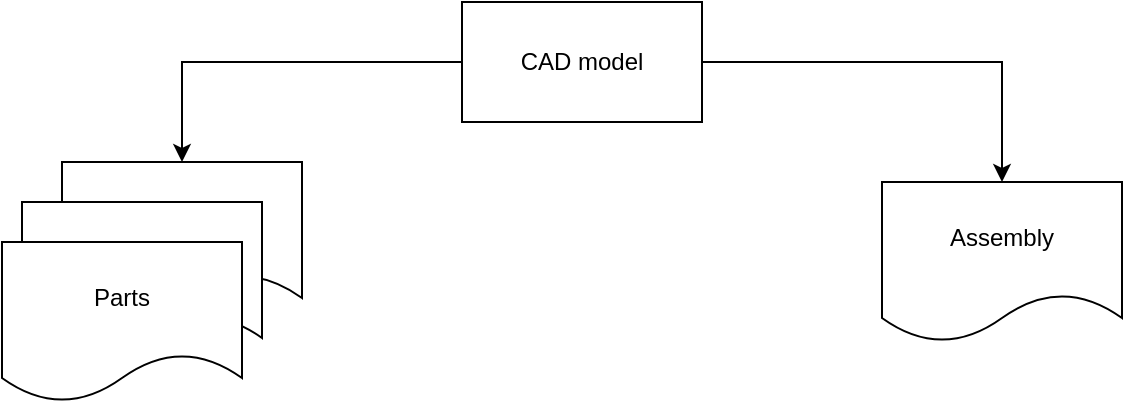
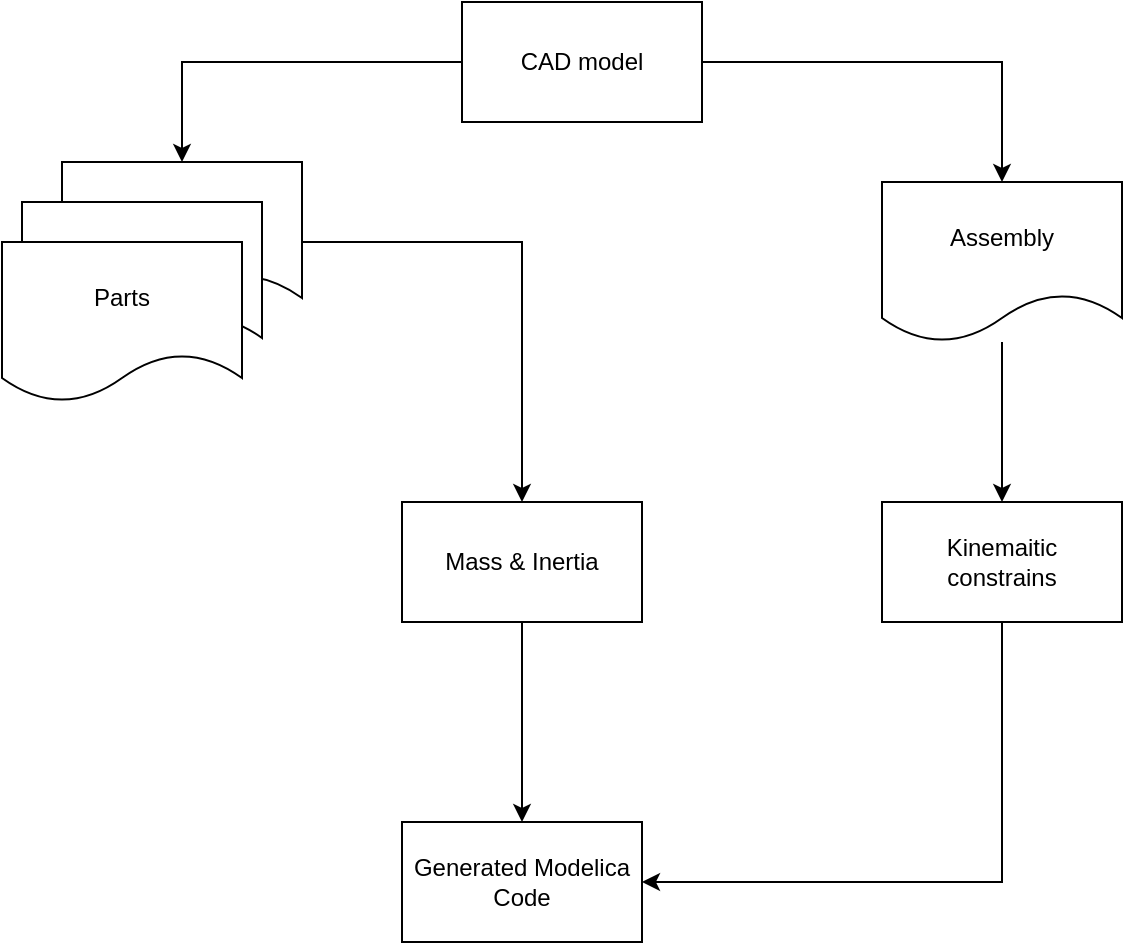
<mxfile host="Electron" agent="Mozilla/5.0 (Windows NT 10.0; Win64; x64) AppleWebKit/537.36 (KHTML, like Gecko) draw.io/28.2.5 Chrome/138.0.7204.251 Electron/37.6.1 Safari/537.36" version="28.2.5" pages="8">
  <diagram id="-gtidv6peBjGkUcole1Z" name="translating-cad-models-to-modelica">
    <mxGraphModel dx="1111" dy="537" grid="1" gridSize="10" guides="1" tooltips="1" connect="1" arrows="1" fold="1" page="1" pageScale="1" pageWidth="827" pageHeight="1169" math="0" shadow="0">
      <root>
        <mxCell id="0" />
        <mxCell id="1" parent="0" />
-         <mxCell id="2HMAeuzg9UUW2GGc_mRn-6" style="edgeStyle=orthogonalEdgeStyle;rounded=0;orthogonalLoop=1;jettySize=auto;html=1;entryX=0.5;entryY=0;entryDx=0;entryDy=0;" edge="1" parent="1" source="2HMAeuzg9UUW2GGc_mRn-1" target="2HMAeuzg9UUW2GGc_mRn-4">
-           <mxGeometry relative="1" as="geometry" />
-         </mxCell>
-         <mxCell id="2HMAeuzg9UUW2GGc_mRn-7" style="edgeStyle=orthogonalEdgeStyle;rounded=0;orthogonalLoop=1;jettySize=auto;html=1;exitX=1;exitY=0.5;exitDx=0;exitDy=0;entryX=0.5;entryY=0;entryDx=0;entryDy=0;" edge="1" parent="1" source="2HMAeuzg9UUW2GGc_mRn-1" target="2HMAeuzg9UUW2GGc_mRn-5">
-           <mxGeometry relative="1" as="geometry" />
-         </mxCell>
-         <mxCell id="2HMAeuzg9UUW2GGc_mRn-1" value="CAD model" style="rounded=0;whiteSpace=wrap;html=1;" vertex="1" parent="1">
+         <mxCell id="2HMAeuzg9UUW2GGc_mRn-6" style="edgeStyle=orthogonalEdgeStyle;rounded=0;orthogonalLoop=1;jettySize=auto;html=1;entryX=0.5;entryY=0;entryDx=0;entryDy=0;" parent="1" source="2HMAeuzg9UUW2GGc_mRn-1" target="2HMAeuzg9UUW2GGc_mRn-4" edge="1">
+           <mxGeometry relative="1" as="geometry" />
+         </mxCell>
+         <mxCell id="2HMAeuzg9UUW2GGc_mRn-7" style="edgeStyle=orthogonalEdgeStyle;rounded=0;orthogonalLoop=1;jettySize=auto;html=1;exitX=1;exitY=0.5;exitDx=0;exitDy=0;entryX=0.5;entryY=0;entryDx=0;entryDy=0;" parent="1" source="2HMAeuzg9UUW2GGc_mRn-1" target="2HMAeuzg9UUW2GGc_mRn-5" edge="1">
+           <mxGeometry relative="1" as="geometry" />
+         </mxCell>
+         <mxCell id="2HMAeuzg9UUW2GGc_mRn-1" value="CAD model" style="rounded=0;whiteSpace=wrap;html=1;" parent="1" vertex="1">
          <mxGeometry x="350" y="350" width="120" height="60" as="geometry" />
        </mxCell>
-         <mxCell id="2HMAeuzg9UUW2GGc_mRn-4" value="" style="shape=document;whiteSpace=wrap;html=1;boundedLbl=1;" vertex="1" parent="1">
+         <mxCell id="3tXMCSjIpQhIl5xJWdC1-4" style="edgeStyle=orthogonalEdgeStyle;rounded=0;orthogonalLoop=1;jettySize=auto;html=1;entryX=0.5;entryY=0;entryDx=0;entryDy=0;" edge="1" parent="1" source="2HMAeuzg9UUW2GGc_mRn-4" target="3tXMCSjIpQhIl5xJWdC1-3">
+           <mxGeometry relative="1" as="geometry" />
+         </mxCell>
+         <mxCell id="2HMAeuzg9UUW2GGc_mRn-4" value="" style="shape=document;whiteSpace=wrap;html=1;boundedLbl=1;" parent="1" vertex="1">
          <mxGeometry x="150" y="430" width="120" height="80" as="geometry" />
        </mxCell>
-         <mxCell id="2HMAeuzg9UUW2GGc_mRn-3" value="" style="shape=document;whiteSpace=wrap;html=1;boundedLbl=1;" vertex="1" parent="1">
+         <mxCell id="2HMAeuzg9UUW2GGc_mRn-3" value="" style="shape=document;whiteSpace=wrap;html=1;boundedLbl=1;" parent="1" vertex="1">
          <mxGeometry x="130" y="450" width="120" height="80" as="geometry" />
        </mxCell>
-         <mxCell id="2HMAeuzg9UUW2GGc_mRn-2" value="Parts" style="shape=document;whiteSpace=wrap;html=1;boundedLbl=1;" vertex="1" parent="1">
+         <mxCell id="2HMAeuzg9UUW2GGc_mRn-2" value="Parts" style="shape=document;whiteSpace=wrap;html=1;boundedLbl=1;" parent="1" vertex="1">
          <mxGeometry x="120" y="470" width="120" height="80" as="geometry" />
        </mxCell>
-         <mxCell id="2HMAeuzg9UUW2GGc_mRn-5" value="Assembly" style="shape=document;whiteSpace=wrap;html=1;boundedLbl=1;" vertex="1" parent="1">
+         <mxCell id="3tXMCSjIpQhIl5xJWdC1-2" style="edgeStyle=orthogonalEdgeStyle;rounded=0;orthogonalLoop=1;jettySize=auto;html=1;entryX=0.5;entryY=0;entryDx=0;entryDy=0;" edge="1" parent="1" source="2HMAeuzg9UUW2GGc_mRn-5" target="3tXMCSjIpQhIl5xJWdC1-1">
+           <mxGeometry relative="1" as="geometry" />
+         </mxCell>
+         <mxCell id="2HMAeuzg9UUW2GGc_mRn-5" value="Assembly" style="shape=document;whiteSpace=wrap;html=1;boundedLbl=1;" parent="1" vertex="1">
          <mxGeometry x="560" y="440" width="120" height="80" as="geometry" />
+         </mxCell>
+         <mxCell id="3tXMCSjIpQhIl5xJWdC1-7" style="edgeStyle=orthogonalEdgeStyle;rounded=0;orthogonalLoop=1;jettySize=auto;html=1;exitX=0.5;exitY=1;exitDx=0;exitDy=0;entryX=1;entryY=0.5;entryDx=0;entryDy=0;" edge="1" parent="1" source="3tXMCSjIpQhIl5xJWdC1-1" target="3tXMCSjIpQhIl5xJWdC1-5">
+           <mxGeometry relative="1" as="geometry" />
+         </mxCell>
+         <mxCell id="3tXMCSjIpQhIl5xJWdC1-1" value="Kinemaitic &lt;br&gt;constrains" style="rounded=0;whiteSpace=wrap;html=1;" vertex="1" parent="1">
+           <mxGeometry x="560" y="600" width="120" height="60" as="geometry" />
+         </mxCell>
+         <mxCell id="3tXMCSjIpQhIl5xJWdC1-6" style="edgeStyle=orthogonalEdgeStyle;rounded=0;orthogonalLoop=1;jettySize=auto;html=1;exitX=0.5;exitY=1;exitDx=0;exitDy=0;entryX=0.5;entryY=0;entryDx=0;entryDy=0;" edge="1" parent="1" source="3tXMCSjIpQhIl5xJWdC1-3" target="3tXMCSjIpQhIl5xJWdC1-5">
+           <mxGeometry relative="1" as="geometry" />
+         </mxCell>
+         <mxCell id="3tXMCSjIpQhIl5xJWdC1-3" value="Mass &amp;amp; Inertia" style="rounded=0;whiteSpace=wrap;html=1;" vertex="1" parent="1">
+           <mxGeometry x="320" y="600" width="120" height="60" as="geometry" />
+         </mxCell>
+         <mxCell id="3tXMCSjIpQhIl5xJWdC1-5" value="Generated Modelica Code" style="rounded=0;whiteSpace=wrap;html=1;" vertex="1" parent="1">
+           <mxGeometry x="320" y="760" width="120" height="60" as="geometry" />
        </mxCell>
      </root>
    </mxGraphModel>
  </diagram>
  <diagram name="simulation-framework" id="gRNiBvdh-FMU1DAho22N">
    <mxGraphModel dx="1111" dy="537" grid="1" gridSize="10" guides="1" tooltips="1" connect="1" arrows="1" fold="1" page="1" pageScale="1" pageWidth="827" pageHeight="1169" math="0" shadow="0">
      <root>
        <mxCell id="0" />
        <mxCell id="1" parent="0" />
        <mxCell id="gvXJfTXr9kfuwsHZNmos-1" value="Simulation Framework" style="shape=umlFrame;whiteSpace=wrap;html=1;pointerEvents=0;recursiveResize=0;container=1;collapsible=0;width=160;" parent="1" vertex="1">
          <mxGeometry x="40" y="40" width="730" height="330" as="geometry" />
        </mxCell>
        <mxCell id="gvXJfTXr9kfuwsHZNmos-2" value="jmodelica" style="shape=folder;fontStyle=1;tabWidth=110;tabHeight=30;tabPosition=left;html=1;boundedLbl=1;labelInHeader=1;container=1;collapsible=0;recursiveResize=0;whiteSpace=wrap;" parent="gvXJfTXr9kfuwsHZNmos-1" vertex="1">
          <mxGeometry x="40" y="80" width="410" height="190" as="geometry" />
        </mxCell>
        <mxCell id="gvXJfTXr9kfuwsHZNmos-3" value="util" style="html=1;whiteSpace=wrap;" parent="gvXJfTXr9kfuwsHZNmos-2" vertex="1">
          <mxGeometry width="110" height="30" relative="1" as="geometry">
            <mxPoint x="20" y="50" as="offset" />
          </mxGeometry>
        </mxCell>
      </root>
    </mxGraphModel>
  </diagram>
  <diagram id="BHZEab_UYdIf4P-r6eU5" name="graphic-engine">
    <mxGraphModel dx="1111" dy="537" grid="1" gridSize="10" guides="1" tooltips="1" connect="1" arrows="1" fold="1" page="1" pageScale="1" pageWidth="827" pageHeight="1169" math="0" shadow="0">
      <root>
        <mxCell id="0" />
        <mxCell id="1" parent="0" />
        <mxCell id="fHZKB0qRdKiBrQGjwWtL-1" value="Engine Framework" style="shape=umlFrame;whiteSpace=wrap;html=1;pointerEvents=0;recursiveResize=0;container=1;collapsible=0;width=160;" parent="1" vertex="1">
          <mxGeometry x="70" y="40" width="670" height="410" as="geometry" />
        </mxCell>
        <mxCell id="fHZKB0qRdKiBrQGjwWtL-2" value="Base" style="shape=folder;fontStyle=1;tabWidth=110;tabHeight=30;tabPosition=left;html=1;boundedLbl=1;labelInHeader=1;container=1;collapsible=0;recursiveResize=0;whiteSpace=wrap;" parent="fHZKB0qRdKiBrQGjwWtL-1" vertex="1">
          <mxGeometry x="40" y="70" width="320" height="270" as="geometry" />
        </mxCell>
        <mxCell id="fHZKB0qRdKiBrQGjwWtL-3" value="Module" style="html=1;whiteSpace=wrap;" parent="fHZKB0qRdKiBrQGjwWtL-2" vertex="1">
          <mxGeometry width="110" height="30" relative="1" as="geometry">
            <mxPoint x="20" y="50" as="offset" />
          </mxGeometry>
        </mxCell>
        <mxCell id="fHZKB0qRdKiBrQGjwWtL-4" value="Encoding" style="html=1;whiteSpace=wrap;" parent="fHZKB0qRdKiBrQGjwWtL-2" vertex="1">
          <mxGeometry x="20" y="100" width="110" height="30" as="geometry" />
        </mxCell>
        <mxCell id="fHZKB0qRdKiBrQGjwWtL-5" value="Types" style="html=1;whiteSpace=wrap;" parent="fHZKB0qRdKiBrQGjwWtL-2" vertex="1">
          <mxGeometry x="20" y="150" width="110" height="30" as="geometry" />
        </mxCell>
      </root>
    </mxGraphModel>
  </diagram>
  <diagram id="WWwpEZWXn-hWRmOq3LfP" name="system-architecture">
    <mxGraphModel dx="1111" dy="537" grid="1" gridSize="10" guides="1" tooltips="1" connect="1" arrows="1" fold="1" page="1" pageScale="1" pageWidth="827" pageHeight="1169" math="0" shadow="0">
      <root>
        <mxCell id="0" />
        <mxCell id="1" parent="0" />
        <mxCell id="IvddOlwA9VGhqfVrC3Zz-1" value="Manual Mode Operation" style="shape=umlFrame;whiteSpace=wrap;html=1;pointerEvents=0;recursiveResize=0;container=1;collapsible=0;width=160;" vertex="1" parent="1">
          <mxGeometry x="20" y="70" width="740" height="810" as="geometry" />
        </mxCell>
        <mxCell id="IvddOlwA9VGhqfVrC3Zz-2" value="Modelica" style="verticalAlign=top;align=left;spacingTop=8;spacingLeft=2;spacingRight=12;shape=cube;size=10;direction=south;fontStyle=4;html=1;whiteSpace=wrap;" vertex="1" parent="IvddOlwA9VGhqfVrC3Zz-1">
          <mxGeometry x="440" y="120" width="240" height="210" as="geometry" />
        </mxCell>
        <mxCell id="IvddOlwA9VGhqfVrC3Zz-3" value="VR Engine" style="verticalAlign=top;align=left;spacingTop=8;spacingLeft=2;spacingRight=12;shape=cube;size=10;direction=south;fontStyle=4;html=1;whiteSpace=wrap;" vertex="1" parent="IvddOlwA9VGhqfVrC3Zz-1">
          <mxGeometry x="120" y="120" width="240" height="210" as="geometry" />
        </mxCell>
        <mxCell id="IvddOlwA9VGhqfVrC3Zz-4" value="CodeSys PLC" style="verticalAlign=top;align=left;spacingTop=8;spacingLeft=2;spacingRight=12;shape=cube;size=10;direction=south;fontStyle=4;html=1;whiteSpace=wrap;" vertex="1" parent="IvddOlwA9VGhqfVrC3Zz-1">
          <mxGeometry x="440" y="410" width="240" height="220" as="geometry" />
        </mxCell>
        <mxCell id="IvddOlwA9VGhqfVrC3Zz-5" value="&lt;p style=&quot;margin:0px;margin-top:6px;text-align:center;&quot;&gt;&lt;b&gt;PWR Reactor&lt;/b&gt;&lt;/p&gt;&lt;hr size=&quot;1&quot; style=&quot;border-style:solid;&quot;&gt;&lt;p style=&quot;margin:0px;margin-left:8px;&quot;&gt;+ Tank Level: number&lt;br&gt;+ Temperature Level: number&lt;/p&gt;&lt;p style=&quot;margin:0px;margin-left:8px;&quot;&gt;+ Valve Position: boolean&lt;br&gt;+ Power: number&lt;br&gt;+ Mode: string&lt;/p&gt;" style="align=left;overflow=fill;html=1;dropTarget=0;whiteSpace=wrap;" vertex="1" parent="IvddOlwA9VGhqfVrC3Zz-1">
          <mxGeometry x="145" y="169" width="180" height="120" as="geometry" />
        </mxCell>
        <mxCell id="IvddOlwA9VGhqfVrC3Zz-6" value="" style="shape=component;jettyWidth=8;jettyHeight=4;" vertex="1" parent="IvddOlwA9VGhqfVrC3Zz-5">
          <mxGeometry x="1" width="20" height="20" relative="1" as="geometry">
            <mxPoint x="-24" y="4" as="offset" />
          </mxGeometry>
        </mxCell>
        <mxCell id="IvddOlwA9VGhqfVrC3Zz-7" value="Actor" style="shape=umlActor;verticalLabelPosition=bottom;verticalAlign=top;html=1;" vertex="1" parent="IvddOlwA9VGhqfVrC3Zz-1">
          <mxGeometry x="20" y="199" width="30" height="60" as="geometry" />
        </mxCell>
        <mxCell id="IvddOlwA9VGhqfVrC3Zz-9" value="" style="endArrow=block;startArrow=block;endFill=1;startFill=1;html=1;rounded=0;entryX=0;entryY=0.5;entryDx=0;entryDy=0;" edge="1" parent="IvddOlwA9VGhqfVrC3Zz-1" source="IvddOlwA9VGhqfVrC3Zz-7" target="IvddOlwA9VGhqfVrC3Zz-5">
          <mxGeometry width="160" relative="1" as="geometry">
            <mxPoint x="70" y="224.5" as="sourcePoint" />
            <mxPoint x="230" y="224.5" as="targetPoint" />
          </mxGeometry>
        </mxCell>
        <mxCell id="IvddOlwA9VGhqfVrC3Zz-10" value="&lt;p style=&quot;margin:0px;margin-top:6px;text-align:center;&quot;&gt;&lt;b&gt;PWR Reactor&lt;/b&gt;&lt;/p&gt;&lt;hr size=&quot;1&quot; style=&quot;border-style:solid;&quot;&gt;&lt;p style=&quot;margin:0px;margin-left:8px;&quot;&gt;+ Tank Level: number&lt;br&gt;+ Temperature Level: number&lt;/p&gt;&lt;p style=&quot;margin:0px;margin-left:8px;&quot;&gt;+ Valve Position: boolean&lt;br&gt;+ Power: number&lt;br&gt;+ Mode: string&lt;/p&gt;" style="align=left;overflow=fill;html=1;dropTarget=0;whiteSpace=wrap;" vertex="1" parent="IvddOlwA9VGhqfVrC3Zz-1">
          <mxGeometry x="465" y="169" width="180" height="120" as="geometry" />
        </mxCell>
        <mxCell id="IvddOlwA9VGhqfVrC3Zz-11" value="" style="shape=component;jettyWidth=8;jettyHeight=4;" vertex="1" parent="IvddOlwA9VGhqfVrC3Zz-10">
          <mxGeometry x="1" width="20" height="20" relative="1" as="geometry">
            <mxPoint x="-24" y="4" as="offset" />
          </mxGeometry>
        </mxCell>
        <mxCell id="IvddOlwA9VGhqfVrC3Zz-12" value="" style="endArrow=block;startArrow=block;endFill=1;startFill=1;html=1;rounded=0;entryX=0;entryY=0.5;entryDx=0;entryDy=0;exitX=1;exitY=0.5;exitDx=0;exitDy=0;" edge="1" parent="IvddOlwA9VGhqfVrC3Zz-1" source="IvddOlwA9VGhqfVrC3Zz-5" target="IvddOlwA9VGhqfVrC3Zz-10">
          <mxGeometry width="160" relative="1" as="geometry">
            <mxPoint x="260" y="250" as="sourcePoint" />
            <mxPoint x="420" y="250" as="targetPoint" />
          </mxGeometry>
        </mxCell>
        <mxCell id="IvddOlwA9VGhqfVrC3Zz-13" value="UDP" style="text;html=1;align=center;verticalAlign=middle;whiteSpace=wrap;rounded=0;" vertex="1" parent="IvddOlwA9VGhqfVrC3Zz-1">
          <mxGeometry x="370" y="190" width="60" height="30" as="geometry" />
        </mxCell>
        <mxCell id="IvddOlwA9VGhqfVrC3Zz-14" value="Visual" style="text;html=1;align=center;verticalAlign=middle;whiteSpace=wrap;rounded=0;" vertex="1" parent="IvddOlwA9VGhqfVrC3Zz-1">
          <mxGeometry x="60" y="190" width="60" height="30" as="geometry" />
        </mxCell>
        <mxCell id="IvddOlwA9VGhqfVrC3Zz-15" value="&lt;p style=&quot;margin:0px;margin-top:6px;text-align:center;&quot;&gt;&lt;b&gt;PWR Reactor&lt;/b&gt;&lt;/p&gt;&lt;hr size=&quot;1&quot; style=&quot;border-style:solid;&quot;&gt;&lt;p style=&quot;margin:0px;margin-left:8px;&quot;&gt;+ Tank Level: number&lt;br&gt;+ Temperature Level: number&lt;/p&gt;&lt;p style=&quot;margin:0px;margin-left:8px;&quot;&gt;+ Level Controller: boolean&lt;br&gt;+ Power Controller: number&lt;br&gt;+ Mode Selector: string&lt;/p&gt;" style="align=left;overflow=fill;html=1;dropTarget=0;whiteSpace=wrap;" vertex="1" parent="IvddOlwA9VGhqfVrC3Zz-1">
          <mxGeometry x="465" y="470" width="180" height="120" as="geometry" />
        </mxCell>
        <mxCell id="IvddOlwA9VGhqfVrC3Zz-16" value="" style="shape=component;jettyWidth=8;jettyHeight=4;" vertex="1" parent="IvddOlwA9VGhqfVrC3Zz-15">
          <mxGeometry x="1" width="20" height="20" relative="1" as="geometry">
            <mxPoint x="-24" y="4" as="offset" />
          </mxGeometry>
        </mxCell>
        <mxCell id="IvddOlwA9VGhqfVrC3Zz-17" value="" style="endArrow=block;startArrow=block;endFill=1;startFill=1;html=1;rounded=0;entryX=0.5;entryY=1;entryDx=0;entryDy=0;" edge="1" parent="IvddOlwA9VGhqfVrC3Zz-1" source="IvddOlwA9VGhqfVrC3Zz-15" target="IvddOlwA9VGhqfVrC3Zz-10">
          <mxGeometry width="160" relative="1" as="geometry">
            <mxPoint x="280" y="370" as="sourcePoint" />
            <mxPoint x="440" y="370" as="targetPoint" />
          </mxGeometry>
        </mxCell>
        <mxCell id="IvddOlwA9VGhqfVrC3Zz-18" value="OPC-UA" style="text;html=1;align=center;verticalAlign=middle;whiteSpace=wrap;rounded=0;" vertex="1" parent="IvddOlwA9VGhqfVrC3Zz-1">
          <mxGeometry x="570" y="360" width="60" height="30" as="geometry" />
        </mxCell>
        <mxCell id="IvddOlwA9VGhqfVrC3Zz-19" value="Actor" style="shape=umlActor;verticalLabelPosition=bottom;verticalAlign=top;html=1;" vertex="1" parent="IvddOlwA9VGhqfVrC3Zz-1">
          <mxGeometry x="540" y="690" width="30" height="60" as="geometry" />
        </mxCell>
        <mxCell id="IvddOlwA9VGhqfVrC3Zz-20" value="" style="endArrow=block;startArrow=block;endFill=1;startFill=1;html=1;rounded=0;entryX=0.5;entryY=1;entryDx=0;entryDy=0;exitX=0.5;exitY=0;exitDx=0;exitDy=0;exitPerimeter=0;" edge="1" parent="IvddOlwA9VGhqfVrC3Zz-1" source="IvddOlwA9VGhqfVrC3Zz-19" target="IvddOlwA9VGhqfVrC3Zz-15">
          <mxGeometry width="160" relative="1" as="geometry">
            <mxPoint x="280" y="670" as="sourcePoint" />
            <mxPoint x="440" y="670" as="targetPoint" />
          </mxGeometry>
        </mxCell>
        <mxCell id="IvddOlwA9VGhqfVrC3Zz-21" value="HMI" style="text;html=1;align=center;verticalAlign=middle;whiteSpace=wrap;rounded=0;" vertex="1" parent="IvddOlwA9VGhqfVrC3Zz-1">
          <mxGeometry x="570" y="640" width="60" height="30" as="geometry" />
        </mxCell>
      </root>
    </mxGraphModel>
  </diagram>
  <diagram id="OsrM-xZueA0542JXVzd9" name="multi-criteria-framework">
    <mxGraphModel dx="1111" dy="537" grid="1" gridSize="10" guides="1" tooltips="1" connect="1" arrows="1" fold="1" page="1" pageScale="1" pageWidth="827" pageHeight="1169" math="0" shadow="0">
      <root>
        <mxCell id="0" />
        <mxCell id="1" parent="0" />
        <mxCell id="HTyKNl2JIXe2X1ruhupO-1" value="LLMs-based MCDM Framework" style="shape=umlFrame;whiteSpace=wrap;html=1;pointerEvents=0;recursiveResize=0;container=1;collapsible=0;width=160;" parent="1" vertex="1">
          <mxGeometry x="41" y="50" width="1279" height="830" as="geometry" />
        </mxCell>
        <mxCell id="HTyKNl2JIXe2X1ruhupO-11" style="edgeStyle=orthogonalEdgeStyle;rounded=0;orthogonalLoop=1;jettySize=auto;html=1;entryX=0.003;entryY=0.332;entryDx=0;entryDy=0;entryPerimeter=0;" parent="HTyKNl2JIXe2X1ruhupO-1" source="HTyKNl2JIXe2X1ruhupO-4" target="HTyKNl2JIXe2X1ruhupO-8" edge="1">
          <mxGeometry relative="1" as="geometry" />
        </mxCell>
        <mxCell id="HTyKNl2JIXe2X1ruhupO-4" value="" style="rounded=1;whiteSpace=wrap;html=1;" parent="HTyKNl2JIXe2X1ruhupO-1" vertex="1">
          <mxGeometry x="40" y="80" width="320" height="350" as="geometry" />
        </mxCell>
        <mxCell id="HTyKNl2JIXe2X1ruhupO-5" value="&lt;h1 style=&quot;margin-top: 0px;&quot;&gt;&lt;font style=&quot;font-size: 14px;&quot;&gt;Prompt Design&lt;/font&gt;&lt;/h1&gt;&lt;p&gt;.&lt;/p&gt;" style="text;html=1;whiteSpace=wrap;overflow=hidden;rounded=0;align=center;" parent="HTyKNl2JIXe2X1ruhupO-1" vertex="1">
          <mxGeometry x="40" y="80" width="320" height="50" as="geometry" />
        </mxCell>
        <mxCell id="HTyKNl2JIXe2X1ruhupO-6" value="You are an evaluation expert possesing the ability to provide honest and scientific assesments" style="rounded=0;whiteSpace=wrap;html=1;" parent="HTyKNl2JIXe2X1ruhupO-1" vertex="1">
          <mxGeometry x="60" y="170" width="280" height="60" as="geometry" />
        </mxCell>
        <mxCell id="HTyKNl2JIXe2X1ruhupO-7" value="Role Definition" style="text;html=1;align=left;verticalAlign=middle;whiteSpace=wrap;rounded=0;" parent="HTyKNl2JIXe2X1ruhupO-1" vertex="1">
          <mxGeometry x="60" y="140" width="260" height="30" as="geometry" />
        </mxCell>
        <mxCell id="HTyKNl2JIXe2X1ruhupO-8" value="" style="rounded=1;whiteSpace=wrap;html=1;" parent="HTyKNl2JIXe2X1ruhupO-1" vertex="1">
          <mxGeometry x="479" y="365" width="361" height="235" as="geometry" />
        </mxCell>
        <mxCell id="HTyKNl2JIXe2X1ruhupO-9" value="" style="rounded=1;whiteSpace=wrap;html=1;" parent="HTyKNl2JIXe2X1ruhupO-1" vertex="1">
          <mxGeometry x="919" y="80" width="331" height="180" as="geometry" />
        </mxCell>
        <mxCell id="HTyKNl2JIXe2X1ruhupO-10" value="&lt;h1 style=&quot;margin-top: 0px;&quot;&gt;&lt;span style=&quot;font-size: 14px;&quot;&gt;MCDM Problem&lt;/span&gt;&lt;/h1&gt;" style="text;html=1;whiteSpace=wrap;overflow=hidden;rounded=0;align=center;" parent="HTyKNl2JIXe2X1ruhupO-1" vertex="1">
          <mxGeometry x="480" y="365" width="360" height="50" as="geometry" />
        </mxCell>
        <mxCell id="HTyKNl2JIXe2X1ruhupO-12" value="API" style="text;html=1;align=center;verticalAlign=middle;whiteSpace=wrap;rounded=0;" parent="HTyKNl2JIXe2X1ruhupO-1" vertex="1">
          <mxGeometry x="360" y="410" width="60" height="30" as="geometry" />
        </mxCell>
        <mxCell id="HTyKNl2JIXe2X1ruhupO-13" value="Models" style="text;html=1;align=center;verticalAlign=middle;whiteSpace=wrap;rounded=0;" parent="HTyKNl2JIXe2X1ruhupO-1" vertex="1">
          <mxGeometry x="420" y="410" width="60" height="30" as="geometry" />
        </mxCell>
        <mxCell id="HTyKNl2JIXe2X1ruhupO-15" value="You are required to asses the quality level of an evaluation object based on multiple dimensions and the criteria within each dimension. The quality level of the evaluation object should be determined on a scale of good, average or poor across these dimensions and criteria" style="rounded=0;whiteSpace=wrap;html=1;" parent="HTyKNl2JIXe2X1ruhupO-1" vertex="1">
          <mxGeometry x="60" y="280" width="280" height="120" as="geometry" />
        </mxCell>
        <mxCell id="HTyKNl2JIXe2X1ruhupO-16" value="Task Description" style="text;html=1;align=left;verticalAlign=middle;whiteSpace=wrap;rounded=0;" parent="HTyKNl2JIXe2X1ruhupO-1" vertex="1">
          <mxGeometry x="60" y="250" width="260" height="30" as="geometry" />
        </mxCell>
        <mxCell id="BLEp_fccejbuOGd5l40r-1" value="SUPPLIER EVALUATION" style="rounded=0;whiteSpace=wrap;html=1;" vertex="1" parent="HTyKNl2JIXe2X1ruhupO-1">
          <mxGeometry x="509" y="415" width="131" height="60" as="geometry" />
        </mxCell>
        <mxCell id="BLEp_fccejbuOGd5l40r-3" value="AIR QUALITY EVALUATION" style="rounded=0;whiteSpace=wrap;html=1;" vertex="1" parent="HTyKNl2JIXe2X1ruhupO-1">
          <mxGeometry x="679" y="415" width="131" height="60" as="geometry" />
        </mxCell>
        <mxCell id="BLEp_fccejbuOGd5l40r-4" value="Customer Satisfaction Evaluation" style="rounded=0;whiteSpace=wrap;html=1;" vertex="1" parent="HTyKNl2JIXe2X1ruhupO-1">
          <mxGeometry x="509" y="510" width="131" height="60" as="geometry" />
        </mxCell>
        <mxCell id="BLEp_fccejbuOGd5l40r-5" value="DATA&amp;nbsp;&lt;br&gt;Other Evaluation" style="rounded=0;whiteSpace=wrap;html=1;" vertex="1" parent="HTyKNl2JIXe2X1ruhupO-1">
          <mxGeometry x="679" y="510" width="131" height="60" as="geometry" />
        </mxCell>
      </root>
    </mxGraphModel>
  </diagram>
  <diagram id="aQMDowDy_9TbTw2JmdCx" name="software-development-engine">
    <mxGraphModel dx="1111" dy="537" grid="1" gridSize="10" guides="1" tooltips="1" connect="1" arrows="1" fold="1" page="1" pageScale="1" pageWidth="827" pageHeight="1169" math="0" shadow="0">
      <root>
        <mxCell id="0" />
        <mxCell id="1" parent="0" />
        <mxCell id="WQVTc9SGhiJlGbS5F_5r-1" value="OCULUS 3" style="ellipse;whiteSpace=wrap;html=1;" vertex="1" parent="1">
          <mxGeometry x="350" y="240" width="120" height="80" as="geometry" />
        </mxCell>
        <mxCell id="WQVTc9SGhiJlGbS5F_5r-3" style="edgeStyle=orthogonalEdgeStyle;rounded=0;orthogonalLoop=1;jettySize=auto;html=1;entryX=0.5;entryY=1;entryDx=0;entryDy=0;" edge="1" parent="1" source="WQVTc9SGhiJlGbS5F_5r-2" target="WQVTc9SGhiJlGbS5F_5r-1">
          <mxGeometry relative="1" as="geometry" />
        </mxCell>
        <mxCell id="WQVTc9SGhiJlGbS5F_5r-2" value="UnrealEngine" style="ellipse;whiteSpace=wrap;html=1;" vertex="1" parent="1">
          <mxGeometry x="350" y="400" width="120" height="80" as="geometry" />
        </mxCell>
      </root>
    </mxGraphModel>
  </diagram>
  <diagram id="EU6EzpwXgVVV6jUSSdsK" name="open-source-discrete-element-framework">
    <mxGraphModel dx="1111" dy="537" grid="1" gridSize="10" guides="1" tooltips="1" connect="1" arrows="1" fold="1" page="1" pageScale="1" pageWidth="827" pageHeight="1169" math="0" shadow="0">
      <root>
        <mxCell id="0" />
        <mxCell id="1" parent="0" />
        <mxCell id="eYCzMHcOlYKlaKAD8rtJ-1" value="YADE C++" style="shape=folder;fontStyle=1;tabWidth=110;tabHeight=30;tabPosition=left;html=1;boundedLbl=1;labelInHeader=1;container=1;collapsible=0;whiteSpace=wrap;" vertex="1" parent="1">
          <mxGeometry x="340" y="230" width="150" height="100" as="geometry" />
        </mxCell>
        <mxCell id="eYCzMHcOlYKlaKAD8rtJ-2" value="Yet Another Dynamic Engine&lt;br&gt;(C++ Core)" style="html=1;strokeColor=none;resizeWidth=1;resizeHeight=1;fillColor=none;part=1;connectable=0;allowArrows=0;deletable=0;whiteSpace=wrap;" vertex="1" parent="eYCzMHcOlYKlaKAD8rtJ-1">
          <mxGeometry width="150" height="70" relative="1" as="geometry">
            <mxPoint y="30" as="offset" />
          </mxGeometry>
        </mxCell>
      </root>
    </mxGraphModel>
  </diagram>
  <diagram id="AfJywRJYPmMUfzfiFMkr" name="flowchart-representing-the-successive-steps-of-the-proposed-framework-for-supporting-decision-process">
    <mxGraphModel dx="1111" dy="537" grid="1" gridSize="10" guides="1" tooltips="1" connect="1" arrows="1" fold="1" page="1" pageScale="1" pageWidth="827" pageHeight="1169" math="0" shadow="0">
      <root>
        <mxCell id="0" />
        <mxCell id="1" parent="0" />
        <mxCell id="MjVckI7cnev3ss0aPzyp-1" value="Decision Support Framework" style="shape=umlFrame;whiteSpace=wrap;html=1;pointerEvents=0;recursiveResize=0;container=1;collapsible=0;width=200;height=30;" vertex="1" parent="1">
          <mxGeometry x="50" y="190" width="730" height="530" as="geometry" />
        </mxCell>
        <mxCell id="MjVckI7cnev3ss0aPzyp-2" value="" style="rounded=0;whiteSpace=wrap;html=1;" vertex="1" parent="MjVckI7cnev3ss0aPzyp-1">
          <mxGeometry x="70" y="90" width="250" height="250" as="geometry" />
        </mxCell>
        <mxCell id="MjVckI7cnev3ss0aPzyp-3" value="&lt;b&gt;&lt;font style=&quot;font-size: 14px;&quot;&gt;STEP 1&lt;br&gt;DATA PREPARATION&lt;/font&gt;&lt;/b&gt;" style="text;html=1;align=center;verticalAlign=middle;whiteSpace=wrap;rounded=0;" vertex="1" parent="MjVckI7cnev3ss0aPzyp-1">
          <mxGeometry x="70" y="90" width="250" height="50" as="geometry" />
        </mxCell>
        <mxCell id="MjVckI7cnev3ss0aPzyp-4" value="CRITERIA AND ALTERNATIVE SELECTION" style="rounded=0;whiteSpace=wrap;html=1;" vertex="1" parent="MjVckI7cnev3ss0aPzyp-1">
          <mxGeometry x="100" y="160" width="190" height="60" as="geometry" />
        </mxCell>
        <mxCell id="MjVckI7cnev3ss0aPzyp-5" value="DECISION MATRIX DEFINITION" style="rounded=0;whiteSpace=wrap;html=1;" vertex="1" parent="MjVckI7cnev3ss0aPzyp-1">
          <mxGeometry x="100" y="250" width="190" height="60" as="geometry" />
        </mxCell>
      </root>
    </mxGraphModel>
  </diagram>
</mxfile>
